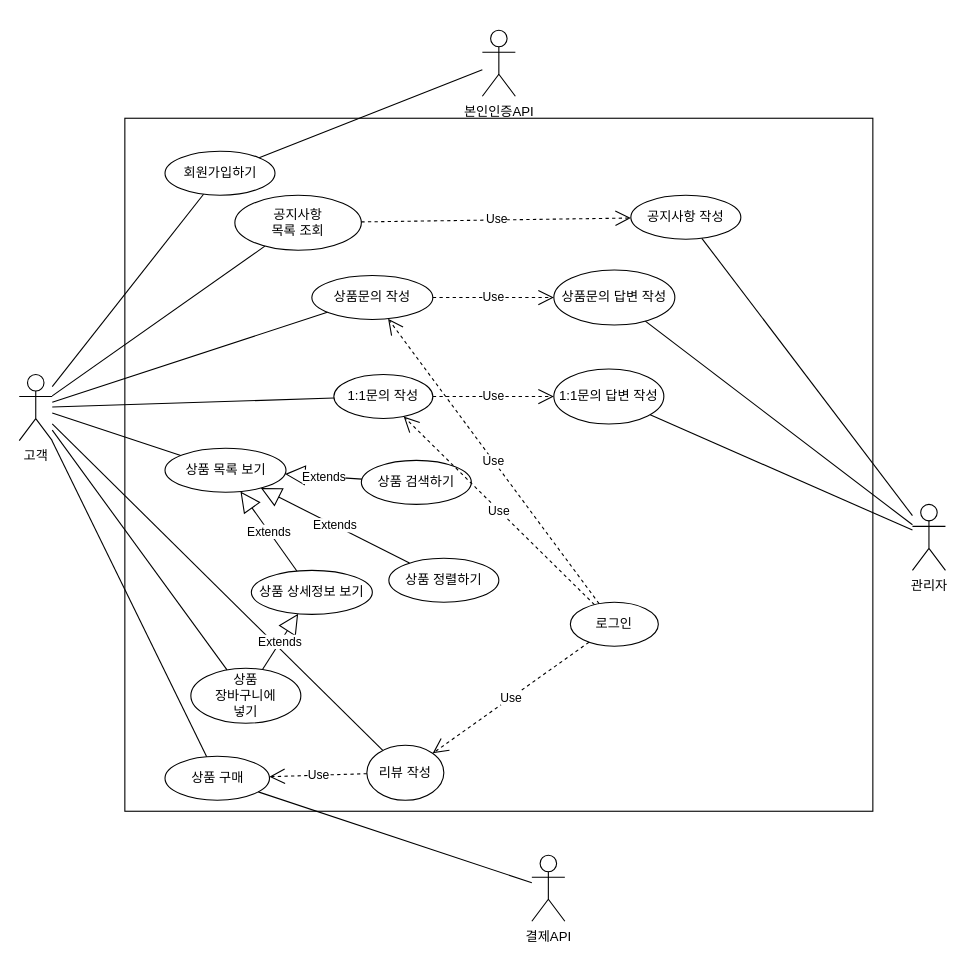
Earlier version of the draw.io diagram 3.DB설계/유즈케이스 다이어그램.drawio (ostrichick/MaruProject). Source tidied: cells renumbered, new cells numbered last; positions are measured from the earlier drawing's top-left corner, leaving out a move shared by most shapes. Both pictures are drawn from the tidied source at 110%, with x=0, y=0 at pixel (19, 30).
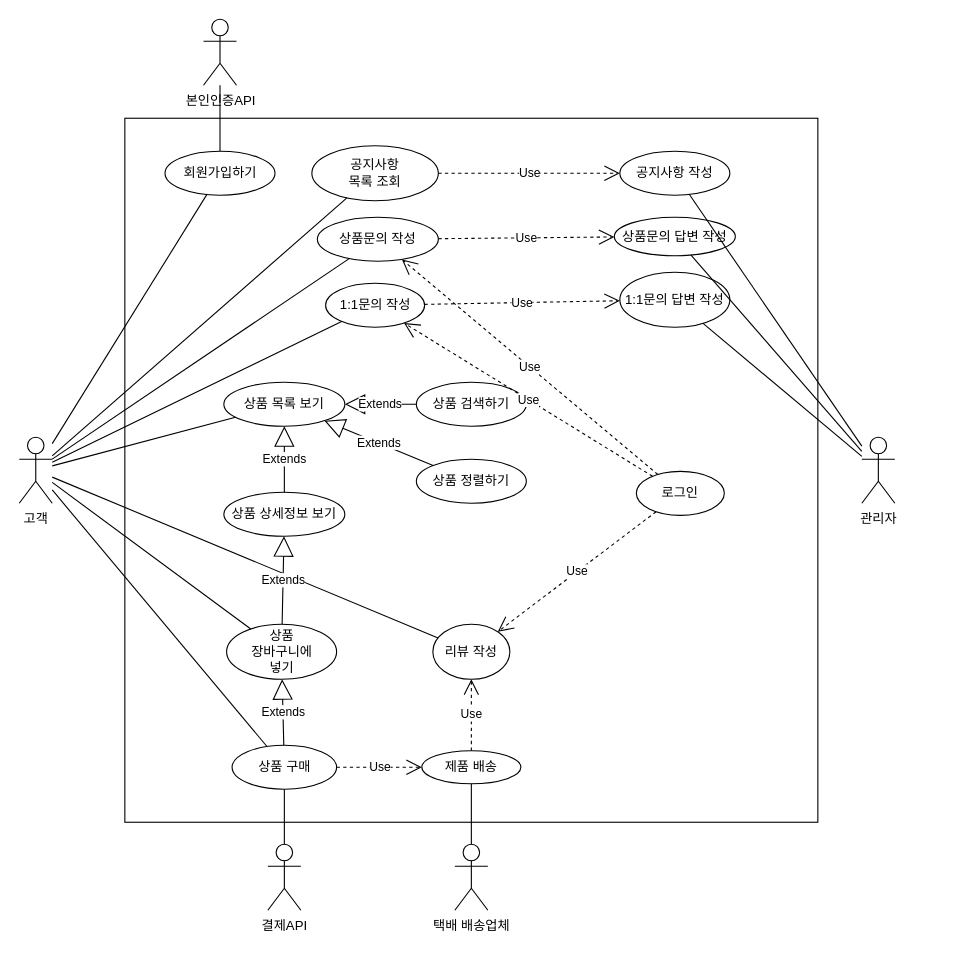
The same diagram, later.

Commit message:
유즈케이스 다이어그램.drawio 업데이트

The edit, as a diff of the source:
```diff
@@
     <mxCell id="2" value="고객" style="shape=umlActor;verticalLabelPosition=bottom;verticalAlign=top;html=1;outlineConnect=0;" parent="1" vertex="1">
-      <mxGeometry y="313" width="30" height="60" as="geometry" />
+      <mxGeometry y="370" width="30" height="60" as="geometry" />
     </mxCell>
     <mxCell id="3" value="관리자" style="shape=umlActor;verticalLabelPosition=bottom;verticalAlign=top;html=1;outlineConnect=0;" parent="1" vertex="1">
-      <mxGeometry x="812" y="431" width="30" height="60" as="geometry" />
+      <mxGeometry x="766" y="370" width="30" height="60" as="geometry" />
     </mxCell>
     <mxCell id="4" value="결제API" style="shape=umlActor;verticalLabelPosition=bottom;verticalAlign=top;html=1;outlineConnect=0;" parent="1" vertex="1">
-      <mxGeometry x="466" y="750" width="30" height="60" as="geometry" />
+      <mxGeometry x="226" y="740" width="30" height="60" as="geometry" />
     </mxCell>
     <mxCell id="5" value="본인인증API" style="shape=umlActor;verticalLabelPosition=bottom;verticalAlign=top;html=1;outlineConnect=0;" parent="1" vertex="1">
-      <mxGeometry x="421" width="30" height="60" as="geometry" />
+      <mxGeometry x="167.5" y="-10" width="30" height="60" as="geometry" />
     </mxCell>
     <mxCell id="6" style="rounded=0;whiteSpace=wrap;html=1;" parent="1" vertex="1">
-      <mxGeometry x="96" y="80" width="680" height="630" as="geometry" />
+      <mxGeometry x="96" y="80" width="630" height="640" as="geometry" />
     </mxCell>
     <mxCell id="7" value="상품 상세정보 보기" style="ellipse;whiteSpace=wrap;html=1;" parent="1" vertex="1">
-      <mxGeometry x="211" y="491" width="110" height="40" as="geometry" />
+      <mxGeometry x="186" y="420" width="110" height="40" as="geometry" />
     </mxCell>
     <mxCell id="8" value="상품 검색하기" style="ellipse;whiteSpace=wrap;html=1;" parent="1" vertex="1">
-      <mxGeometry x="311" y="391" width="100" height="40" as="geometry" />
+      <mxGeometry x="361" y="320" width="100" height="40" as="geometry" />
     </mxCell>
     <mxCell id="9" value="상품 정렬하기" style="ellipse;whiteSpace=wrap;html=1;" parent="1" vertex="1">
-      <mxGeometry x="336" y="480" width="100" height="40" as="geometry" />
+      <mxGeometry x="361" y="390" width="100" height="40" as="geometry" />
     </mxCell>
     <mxCell id="10" value="상품&lt;br&gt;장바구니에&lt;br&gt;넣기" style="ellipse;whiteSpace=wrap;html=1;" parent="1" vertex="1">
-      <mxGeometry x="156" y="580" width="100" height="50" as="geometry" />
+      <mxGeometry x="188.5" y="540" width="100" height="50" as="geometry" />
     </mxCell>
@@
     <mxCell id="12" value="로그인" style="ellipse;whiteSpace=wrap;html=1;" parent="1" vertex="1">
-      <mxGeometry x="501" y="520" width="80" height="40" as="geometry" />
+      <mxGeometry x="561" y="401" width="80" height="40" as="geometry" />
     </mxCell>
@@
     <mxCell id="15" value="상품 구매" style="ellipse;whiteSpace=wrap;html=1;" parent="1" vertex="1">
-      <mxGeometry x="132.5" y="660" width="95" height="40" as="geometry" />
+      <mxGeometry x="193.5" y="650" width="95" height="40" as="geometry" />
     </mxCell>
@@
     <mxCell id="17" value="공지사항 작성" style="ellipse;whiteSpace=wrap;html=1;" parent="1" vertex="1">
-      <mxGeometry x="556" y="150" width="100" height="40" as="geometry" />
+      <mxGeometry x="546" y="110" width="100" height="40" as="geometry" />
     </mxCell>
     <mxCell id="18" value="리뷰 작성" style="ellipse;whiteSpace=wrap;html=1;" parent="1" vertex="1">
-      <mxGeometry x="316" y="650" width="70" height="50" as="geometry" />
+      <mxGeometry x="376" y="540" width="70" height="50" as="geometry" />
     </mxCell>
     <mxCell id="19" value="상품문의 작성" style="ellipse;whiteSpace=wrap;html=1;" parent="1" vertex="1">
-      <mxGeometry x="266" y="223" width="110" height="40" as="geometry" />
+      <mxGeometry x="271" y="170" width="110" height="40" as="geometry" />
     </mxCell>
     <mxCell id="20" value="1:1문의 작성" style="ellipse;whiteSpace=wrap;html=1;" parent="1" vertex="1">
-      <mxGeometry x="286" y="313" width="90" height="40" as="geometry" />
+      <mxGeometry x="278.5" y="230" width="90" height="40" as="geometry" />
     </mxCell>
     <mxCell id="21" value="상품문의 답변 작성" style="ellipse;whiteSpace=wrap;html=1;" parent="1" vertex="1">
-      <mxGeometry x="486" y="218" width="110" height="50" as="geometry" />
+      <mxGeometry x="541" y="170" width="110" height="35" as="geometry" />
     </mxCell>
     <mxCell id="22" value="1:1문의 답변 작성" style="ellipse;whiteSpace=wrap;html=1;" parent="1" vertex="1">
-      <mxGeometry x="486" y="308" width="100" height="50" as="geometry" />
+      <mxGeometry x="546" y="220" width="100" height="50" as="geometry" />
     </mxCell>
@@
     <mxCell id="30" value="상품 목록 보기" style="ellipse;whiteSpace=wrap;html=1;" parent="1" vertex="1">
-      <mxGeometry x="132.5" y="380" width="110" height="40" as="geometry" />
+      <mxGeometry x="186" y="320" width="110" height="40" as="geometry" />
     </mxCell>
@@
-    <mxCell id="42" value="Use" style="endArrow=open;endSize=12;dashed=1;html=1;rounded=0;" parent="1" edge="1" source="18" target="15">
+    <mxCell id="42" value="Use" style="endArrow=open;endSize=12;dashed=1;html=1;rounded=0;" parent="1" edge="1" source="46" target="18">
       <mxGeometry relative="1" as="geometry" />
     </mxCell>
     <mxCell id="43" value="공지사항 &lt;br&gt;목록 조회" style="ellipse;whiteSpace=wrap;html=1;" parent="1" vertex="1">
-      <mxGeometry x="196" y="150" width="115" height="50" as="geometry" />
+      <mxGeometry x="266" y="105" width="115" height="50" as="geometry" />
     </mxCell>
@@
+    <mxCell id="46" value="제품 배송" style="ellipse;whiteSpace=wrap;html=1;" parent="1" vertex="1">
+      <mxGeometry x="366" y="655" width="90" height="30" as="geometry" />
+    </mxCell>
+    <mxCell id="47" value="Use" style="endArrow=open;endSize=12;dashed=1;html=1;rounded=0;" parent="1" edge="1" source="15" target="46">
+      <mxGeometry relative="1" as="geometry" />
+    </mxCell>
+    <mxCell id="48" value="Extends" style="endArrow=block;endSize=16;endFill=0;html=1;rounded=0;" parent="1" edge="1" source="15" target="10">
+      <mxGeometry relative="1" as="geometry" />
+    </mxCell>
+    <mxCell id="49" value="택배 배송업체" style="shape=umlActor;verticalLabelPosition=bottom;verticalAlign=top;html=1;" parent="1" vertex="1">
+      <mxGeometry x="396" y="740" width="30" height="60" as="geometry" />
+    </mxCell>
+    <mxCell id="50" style="endArrow=none;html=1;rounded=0;" parent="1" edge="1" source="49" target="46">
+      <mxGeometry relative="1" as="geometry" />
+    </mxCell>
```
